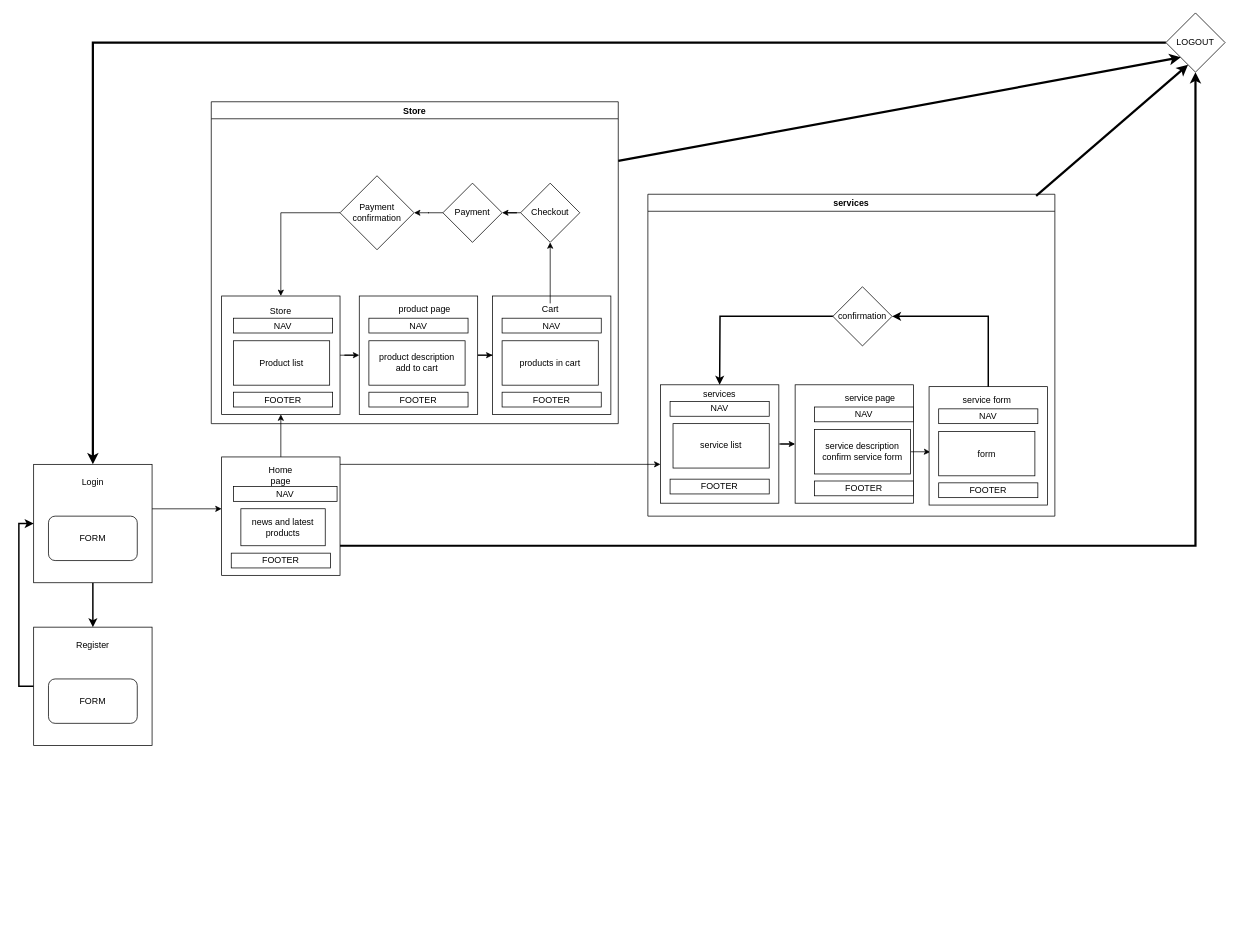
Above: Untitled Diagram.drawio in davisvaceris/www_3_sem_real (draw.io), before the change. Source tidied: cells renumbered, new cells numbered last; positions are measured from the earlier drawing's top-left corner, leaving out a move shared by most shapes. Both pictures are drawn from the tidied source at 74%, with x=0, y=0 at pixel (18, 13).
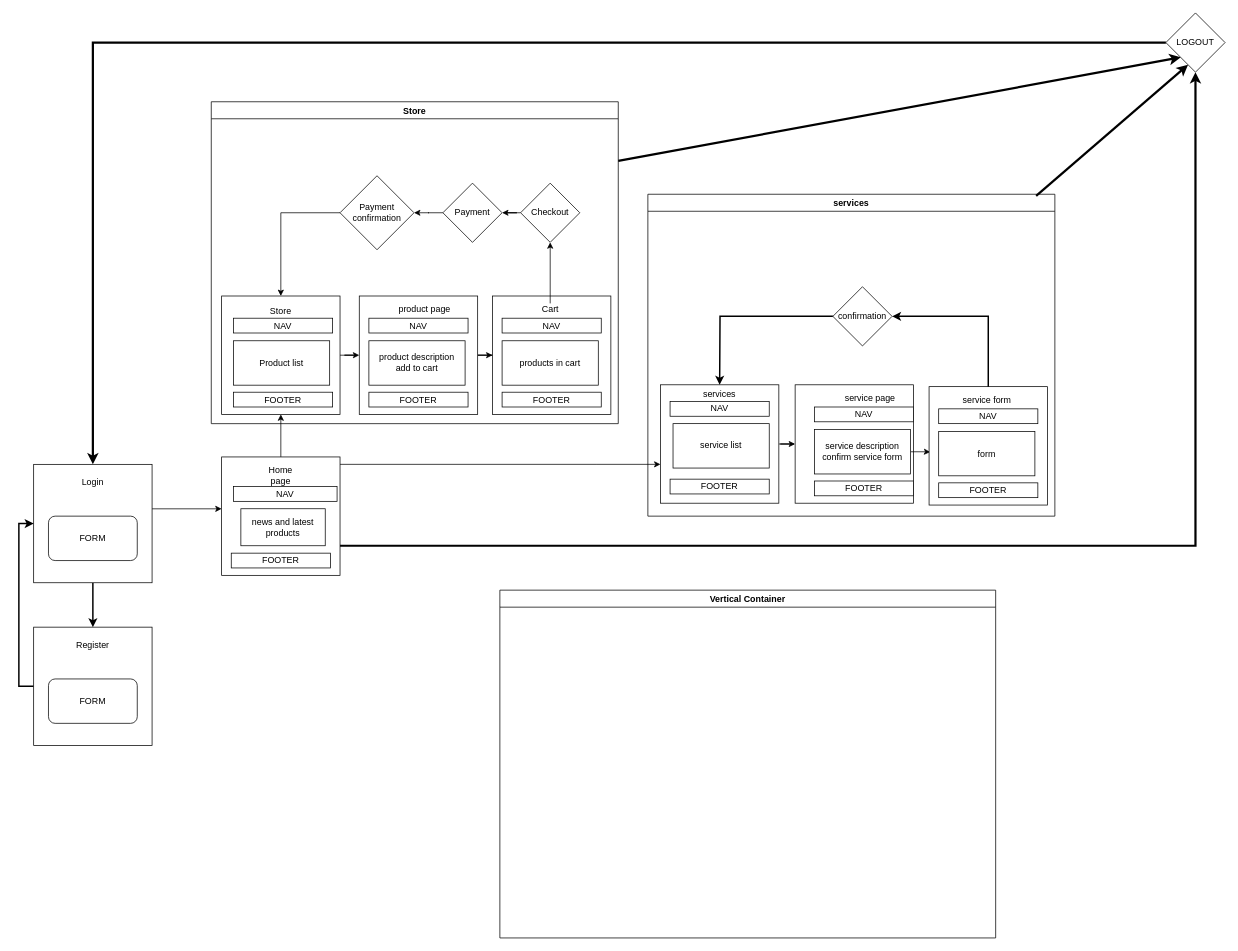
Above is the later version.

Change to the diagram source:
```diff
@@
+    <mxCell id="69" value="Vertical Container" style="swimlane;" parent="1" vertex="1">
+      <mxGeometry x="650" y="780" width="670" height="470" as="geometry" />
+    </mxCell>
```
